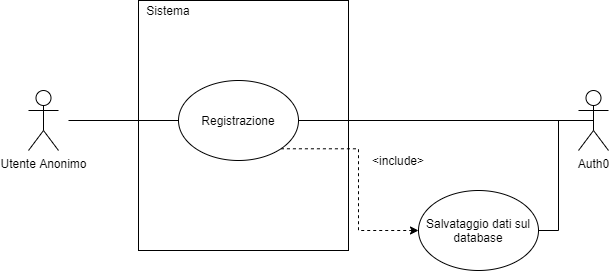
Above: UML/UCD_registrazione.png in G15-UniTN/iSpesa (draw.io), before the change. Source tidied: cells renumbered, new cells last; positions are measured from the earlier drawing's top-left corner, leaving out a move shared by most shapes.
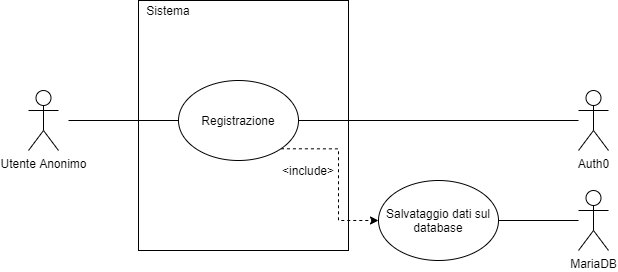
Above is the later version.

Change to the diagram source:
```diff
@@ -2,6 +2,9 @@
   <root>
     <mxCell id="0" />
     <mxCell id="1" parent="0" />
+    <mxCell id="11" style="rounded=0;whiteSpace=wrap;html=1;gradientColor=#ffffff;fillColor=none;" parent="1" vertex="1">
+      <mxGeometry x="110" width="210" height="250" as="geometry" />
+    </mxCell>
     <mxCell id="2" style="edgeStyle=orthogonalEdgeStyle;rounded=0;jettySize=auto;html=1;endArrow=none;endFill=0;" parent="1" edge="1" target="8">
       <mxGeometry relative="1" as="geometry">
         <mxPoint x="40" y="120" as="sourcePoint" />
@@ -10,16 +13,11 @@
     <mxCell id="3" value="Utente Anonimo&lt;br&gt;" style="shape=umlActor;verticalLabelPosition=bottom;verticalAlign=top;html=1;" parent="1" vertex="1">
       <mxGeometry y="90" width="30" height="60" as="geometry" />
     </mxCell>
-    <mxCell id="4" style="edgeStyle=orthogonalEdgeStyle;rounded=0;jettySize=auto;html=1;exitX=1;exitY=0.5;exitDx=0;exitDy=0;entryX=0.5;entryY=0.5;entryDx=0;entryDy=0;entryPerimeter=0;endArrow=none;endFill=0;" parent="1" edge="1" source="5" target="9">
-      <mxGeometry relative="1" as="geometry">
-        <Array as="points">
-          <mxPoint x="530" y="230" />
-          <mxPoint x="530" y="120" />
-        </Array>
-      </mxGeometry>
-    </mxCell>
+    <mxCell id="13" style="edgeStyle=orthogonalEdgeStyle;rounded=0;jettySize=auto;html=1;exitX=1;exitY=0.5;exitDx=0;exitDy=0;endArrow=none;endFill=0;" parent="1" edge="1" source="5" target="14">
+      <mxGeometry relative="1" as="geometry" />
+    </mxCell>
     <mxCell id="5" value="Salvataggio dati sul database" style="ellipse;whiteSpace=wrap;html=1;" parent="1" vertex="1">
-      <mxGeometry x="390" y="190" width="120" height="80" as="geometry" />
+      <mxGeometry x="350" y="180" width="120" height="80" as="geometry" />
     </mxCell>
     <mxCell id="6" style="edgeStyle=orthogonalEdgeStyle;rounded=0;jettySize=auto;html=1;exitX=1;exitY=0.5;exitDx=0;exitDy=0;endArrow=none;endFill=0;" parent="1" edge="1" source="8" target="9">
       <mxGeometry relative="1" as="geometry" />
@@ -34,13 +32,13 @@
       <mxGeometry x="550" y="90" width="30" height="60" as="geometry" />
     </mxCell>
     <mxCell id="10" value="&amp;lt;include&amp;gt;" style="text;html=1;strokeColor=none;fillColor=none;align=center;verticalAlign=middle;whiteSpace=wrap;rounded=0;" parent="1" vertex="1">
-      <mxGeometry x="350" y="150" width="40" height="20" as="geometry" />
+      <mxGeometry x="260" y="160" width="40" height="20" as="geometry" />
     </mxCell>
-    <mxCell id="11" style="rounded=0;whiteSpace=wrap;html=1;gradientColor=#ffffff;fillColor=none;" parent="1" vertex="1">
-      <mxGeometry x="110" width="210" height="250" as="geometry" />
-    </mxCell>
     <mxCell id="12" value="Sistema" style="text;html=1;strokeColor=none;fillColor=none;align=center;verticalAlign=middle;whiteSpace=wrap;rounded=0;" parent="1" vertex="1">
       <mxGeometry x="110" width="60" height="20" as="geometry" />
     </mxCell>
+    <mxCell id="14" value="MariaDB" style="shape=umlActor;verticalLabelPosition=bottom;verticalAlign=top;html=1;outlineConnect=0;" parent="1" vertex="1">
+      <mxGeometry x="550" y="190" width="30" height="60" as="geometry" />
+    </mxCell>
   </root>
 </mxGraphModel>
```
